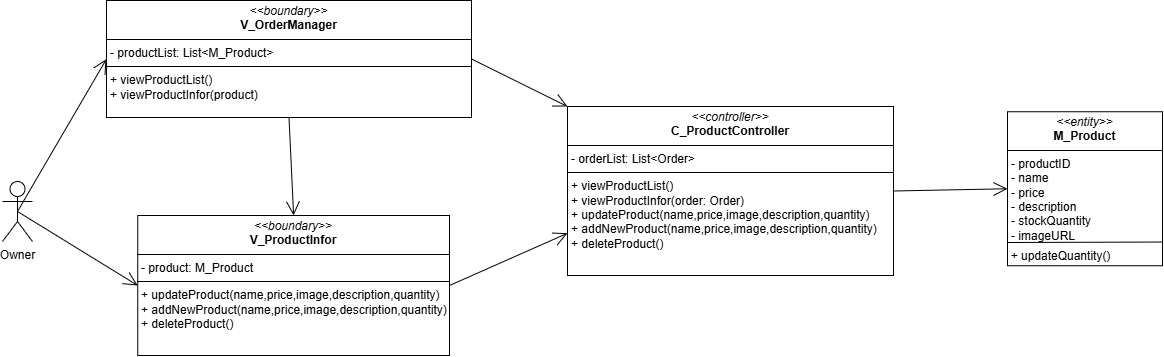
Before: Class Diagram/3_class_chủ quán quản lý sản phẩm/class_uc_chủ quán quản lý sản phẩm.drawio.png, a diagram exported from draw.io (Minh-Quan-dz123/NHOM12-HeThongBanHangChoCuaHang). Source tidied: cells renumbered, new cells last; positions are measured from the earlier drawing's top-left corner, leaving out a move shared by most shapes. Its diagram source:
```xml
<mxGraphModel>
  <root>
    <mxCell id="0" />
    <mxCell id="1" parent="0" />
    <mxCell id="2" value="Owner" style="shape=umlActor;verticalLabelPosition=bottom;verticalAlign=top;html=1;outlineConnect=0;" parent="1" vertex="1">
      <mxGeometry y="181" width="30" height="60" as="geometry" />
    </mxCell>
    <mxCell id="3" value="&lt;p style=&quot;margin:0px;margin-top:4px;text-align:center;&quot;&gt;&lt;i&gt;&amp;lt;&amp;lt;boundary&amp;gt;&amp;gt;&lt;/i&gt;&lt;br&gt;&lt;b&gt;V_OrderManager&lt;/b&gt;&lt;/p&gt;&lt;hr size=&quot;1&quot; style=&quot;border-style:solid;&quot;&gt;&lt;p style=&quot;margin:0px;margin-left:4px;&quot;&gt;- productList: List&amp;lt;M_Product&amp;gt;&lt;/p&gt;&lt;hr size=&quot;1&quot; style=&quot;border-style:solid;&quot;&gt;&lt;p style=&quot;margin:0px;margin-left:4px;&quot;&gt;+ viewProductList()&lt;/p&gt;&lt;p style=&quot;margin:0px;margin-left:4px;&quot;&gt;+ viewProductInfor(product)&lt;/p&gt;&lt;p style=&quot;margin:0px;margin-left:4px;&quot;&gt;&lt;br&gt;&lt;/p&gt;" style="verticalAlign=top;align=left;overflow=fill;html=1;whiteSpace=wrap;" parent="1" vertex="1">
      <mxGeometry x="104" width="365" height="117" as="geometry" />
    </mxCell>
    <mxCell id="4" style="endArrow=open;endFill=1;endSize=12;html=1;rounded=0;fontSize=12;curved=1;exitX=0.5;exitY=0.5;exitDx=0;exitDy=0;exitPerimeter=0;entryX=0;entryY=0.5;entryDx=0;entryDy=0;" parent="1" edge="1" source="2" target="3">
      <mxGeometry relative="1" as="geometry" />
    </mxCell>
    <mxCell id="5" value="&lt;p style=&quot;margin:0px;margin-top:4px;text-align:center;&quot;&gt;&lt;i&gt;&amp;lt;&amp;lt;boundary&amp;gt;&amp;gt;&lt;/i&gt;&lt;br&gt;&lt;b&gt;V_ProductInfor&lt;/b&gt;&lt;/p&gt;&lt;hr size=&quot;1&quot; style=&quot;border-style:solid;&quot;&gt;&lt;p style=&quot;margin:0px;margin-left:4px;&quot;&gt;- product: M_Product&lt;/p&gt;&lt;hr size=&quot;1&quot; style=&quot;border-style:solid;&quot;&gt;&lt;p style=&quot;margin:0px;margin-left:4px;&quot;&gt;+ updateProduct(name,price,image,description,quantity)&lt;/p&gt;&lt;p style=&quot;margin:0px;margin-left:4px;&quot;&gt;+ addNewProduct(name,price,image,description,quantity)&lt;/p&gt;&lt;p style=&quot;margin:0px;margin-left:4px;&quot;&gt;+ deleteProduct()&lt;/p&gt;" style="verticalAlign=top;align=left;overflow=fill;html=1;whiteSpace=wrap;" parent="1" vertex="1">
      <mxGeometry x="135.2" y="215" width="311.8" height="140" as="geometry" />
    </mxCell>
    <mxCell id="6" style="endArrow=open;endFill=1;endSize=12;html=1;rounded=0;fontSize=12;curved=1;exitX=0.5;exitY=1;exitDx=0;exitDy=0;entryX=0.5;entryY=0;entryDx=0;entryDy=0;" parent="1" edge="1" source="3" target="5">
      <mxGeometry relative="1" as="geometry" />
    </mxCell>
    <mxCell id="7" style="endArrow=open;endFill=1;endSize=12;html=1;rounded=0;fontSize=12;curved=1;exitX=0.5;exitY=0.5;exitDx=0;exitDy=0;exitPerimeter=0;entryX=0;entryY=0.5;entryDx=0;entryDy=0;" parent="1" edge="1" source="2" target="5">
      <mxGeometry relative="1" as="geometry" />
    </mxCell>
    <mxCell id="8" style="edgeStyle=none;curved=1;rounded=0;orthogonalLoop=1;jettySize=auto;html=1;exitX=0.25;exitY=0;exitDx=0;exitDy=0;fontSize=12;startSize=8;endSize=8;" parent="1" edge="1" source="5" target="5">
      <mxGeometry relative="1" as="geometry" />
    </mxCell>
    <mxCell id="9" value="&lt;p style=&quot;margin:0px;margin-top:4px;text-align:center;&quot;&gt;&lt;i&gt;&amp;lt;&amp;lt;controller&amp;gt;&amp;gt;&lt;/i&gt;&lt;br&gt;&lt;b&gt;C_ProductController&lt;/b&gt;&lt;/p&gt;&lt;hr size=&quot;1&quot; style=&quot;border-style:solid;&quot;&gt;&lt;p style=&quot;margin:0px;margin-left:4px;&quot;&gt;- orderList: List&amp;lt;Order&amp;gt;&lt;/p&gt;&lt;hr size=&quot;1&quot; style=&quot;border-style:solid;&quot;&gt;&lt;p style=&quot;margin:0px;margin-left:4px;&quot;&gt;+ viewProductList()&lt;/p&gt;&lt;p style=&quot;margin:0px;margin-left:4px;&quot;&gt;+ viewProductInfor(order: Order)&lt;/p&gt;&lt;p style=&quot;margin: 0px 0px 0px 4px;&quot;&gt;+ updateProduct(name,price,image,description,quantity)&lt;/p&gt;&lt;p style=&quot;margin: 0px 0px 0px 4px;&quot;&gt;+ addNewProduct(name,price,image,description,quantity)&lt;/p&gt;&lt;p style=&quot;margin: 0px 0px 0px 4px;&quot;&gt;+ deleteProduct()&lt;/p&gt;" style="verticalAlign=top;align=left;overflow=fill;html=1;whiteSpace=wrap;" parent="1" vertex="1">
      <mxGeometry x="565" y="106" width="326" height="169" as="geometry" />
    </mxCell>
    <mxCell id="10" style="endArrow=open;endFill=1;endSize=12;html=1;rounded=0;fontSize=12;curved=1;exitX=1;exitY=0.5;exitDx=0;exitDy=0;entryX=0;entryY=0;entryDx=0;entryDy=0;" parent="1" edge="1" source="3" target="9">
      <mxGeometry relative="1" as="geometry" />
    </mxCell>
    <mxCell id="11" style="endArrow=open;endFill=1;endSize=12;html=1;rounded=0;fontSize=12;curved=1;exitX=1;exitY=0.5;exitDx=0;exitDy=0;entryX=0;entryY=0.75;entryDx=0;entryDy=0;" parent="1" edge="1" source="5" target="9">
      <mxGeometry relative="1" as="geometry" />
    </mxCell>
    <mxCell id="12" style="group;" parent="1" vertex="1">
      <mxGeometry x="999" y="111.2" width="161" height="158.5" as="geometry" />
    </mxCell>
    <mxCell id="13" value="&lt;p style=&quot;margin:0px;margin-top:4px;text-align:center;&quot;&gt;&lt;i&gt;&amp;lt;&amp;lt;entity&amp;gt;&amp;gt;&lt;/i&gt;&lt;br&gt;&lt;b&gt;M_Product&lt;/b&gt;&lt;/p&gt;&lt;hr size=&quot;1&quot; style=&quot;border-style:solid;&quot;&gt;&lt;p style=&quot;margin:0px;margin-left:4px;&quot;&gt;- productID&lt;/p&gt;&lt;p style=&quot;margin:0px;margin-left:4px;&quot;&gt;- name&lt;/p&gt;&lt;p style=&quot;margin:0px;margin-left:4px;&quot;&gt;- price&lt;/p&gt;&lt;p style=&quot;margin:0px;margin-left:4px;&quot;&gt;- description&lt;/p&gt;&lt;p style=&quot;margin:0px;margin-left:4px;&quot;&gt;- stockQuantity&lt;/p&gt;&lt;p style=&quot;margin:0px;margin-left:4px;&quot;&gt;- imageURL&lt;/p&gt;&lt;p style=&quot;margin:0px;margin-left:4px;&quot;&gt;&lt;br&gt;&lt;/p&gt;&lt;p style=&quot;margin:0px;margin-left:4px;&quot;&gt;&lt;br&gt;&lt;/p&gt;" style="verticalAlign=top;align=left;overflow=fill;html=1;whiteSpace=wrap;" parent="12" vertex="1">
      <mxGeometry x="6" width="155" height="154" as="geometry" />
    </mxCell>
    <mxCell id="14" value="&lt;font style=&quot;font-size: 12px;&quot;&gt;+ updateQuantity()&lt;/font&gt;" style="text;html=1;align=center;verticalAlign=middle;strokeColor=none;fillColor=none;fontSize=16;" parent="12" vertex="1">
      <mxGeometry y="127.5" width="118" height="31" as="geometry" />
    </mxCell>
    <mxCell id="15" style="endArrow=none;html=1;rounded=0;fontSize=12;startSize=8;endSize=8;curved=1;exitX=0;exitY=0.849;exitDx=0;exitDy=0;exitPerimeter=0;entryX=1.001;entryY=0.846;entryDx=0;entryDy=0;entryPerimeter=0;" parent="12" edge="1" source="13" target="13">
      <mxGeometry relative="1" as="geometry" />
    </mxCell>
    <mxCell id="16" style="endArrow=open;endFill=1;endSize=12;html=1;rounded=0;fontSize=12;curved=1;exitX=1;exitY=0.5;exitDx=0;exitDy=0;entryX=0;entryY=0.5;entryDx=0;entryDy=0;" parent="1" edge="1" source="9" target="13">
      <mxGeometry relative="1" as="geometry" />
    </mxCell>
  </root>
</mxGraphModel>
```
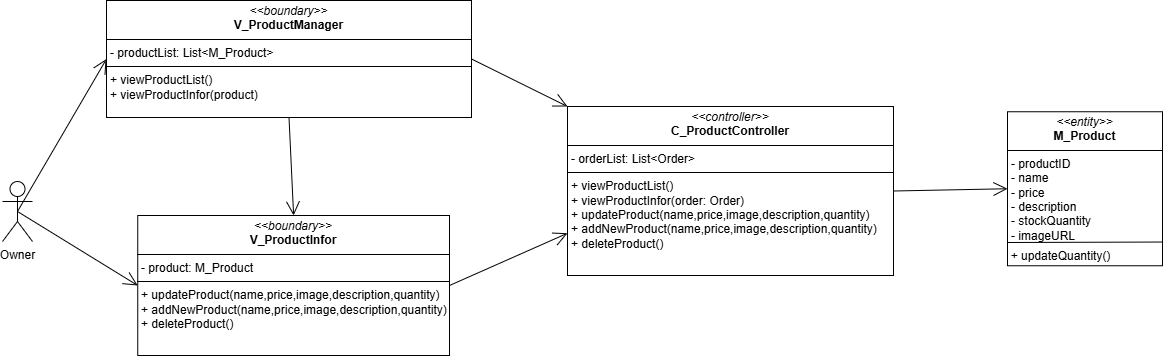
Later version of the same file.

Change to the diagram source:
```diff
@@ -5,7 +5,7 @@
     <mxCell id="2" value="Owner" style="shape=umlActor;verticalLabelPosition=bottom;verticalAlign=top;html=1;outlineConnect=0;" parent="1" vertex="1">
       <mxGeometry y="181" width="30" height="60" as="geometry" />
     </mxCell>
-    <mxCell id="3" value="&lt;p style=&quot;margin:0px;margin-top:4px;text-align:center;&quot;&gt;&lt;i&gt;&amp;lt;&amp;lt;boundary&amp;gt;&amp;gt;&lt;/i&gt;&lt;br&gt;&lt;b&gt;V_OrderManager&lt;/b&gt;&lt;/p&gt;&lt;hr size=&quot;1&quot; style=&quot;border-style:solid;&quot;&gt;&lt;p style=&quot;margin:0px;margin-left:4px;&quot;&gt;- productList: List&amp;lt;M_Product&amp;gt;&lt;/p&gt;&lt;hr size=&quot;1&quot; style=&quot;border-style:solid;&quot;&gt;&lt;p style=&quot;margin:0px;margin-left:4px;&quot;&gt;+ viewProductList()&lt;/p&gt;&lt;p style=&quot;margin:0px;margin-left:4px;&quot;&gt;+ viewProductInfor(product)&lt;/p&gt;&lt;p style=&quot;margin:0px;margin-left:4px;&quot;&gt;&lt;br&gt;&lt;/p&gt;" style="verticalAlign=top;align=left;overflow=fill;html=1;whiteSpace=wrap;" parent="1" vertex="1">
+    <mxCell id="3" value="&lt;p style=&quot;margin:0px;margin-top:4px;text-align:center;&quot;&gt;&lt;i&gt;&amp;lt;&amp;lt;boundary&amp;gt;&amp;gt;&lt;/i&gt;&lt;br&gt;&lt;b&gt;V_ProductManager&lt;/b&gt;&lt;/p&gt;&lt;hr size=&quot;1&quot; style=&quot;border-style:solid;&quot;&gt;&lt;p style=&quot;margin:0px;margin-left:4px;&quot;&gt;- productList: List&amp;lt;M_Product&amp;gt;&lt;/p&gt;&lt;hr size=&quot;1&quot; style=&quot;border-style:solid;&quot;&gt;&lt;p style=&quot;margin:0px;margin-left:4px;&quot;&gt;+ viewProductList()&lt;/p&gt;&lt;p style=&quot;margin:0px;margin-left:4px;&quot;&gt;+ viewProductInfor(product)&lt;/p&gt;&lt;p style=&quot;margin:0px;margin-left:4px;&quot;&gt;&lt;br&gt;&lt;/p&gt;" style="verticalAlign=top;align=left;overflow=fill;html=1;whiteSpace=wrap;" parent="1" vertex="1">
       <mxGeometry x="104" width="365" height="117" as="geometry" />
     </mxCell>
     <mxCell id="4" style="endArrow=open;endFill=1;endSize=12;html=1;rounded=0;fontSize=12;curved=1;exitX=0.5;exitY=0.5;exitDx=0;exitDy=0;exitPerimeter=0;entryX=0;entryY=0.5;entryDx=0;entryDy=0;" parent="1" edge="1" source="2" target="3">
```
